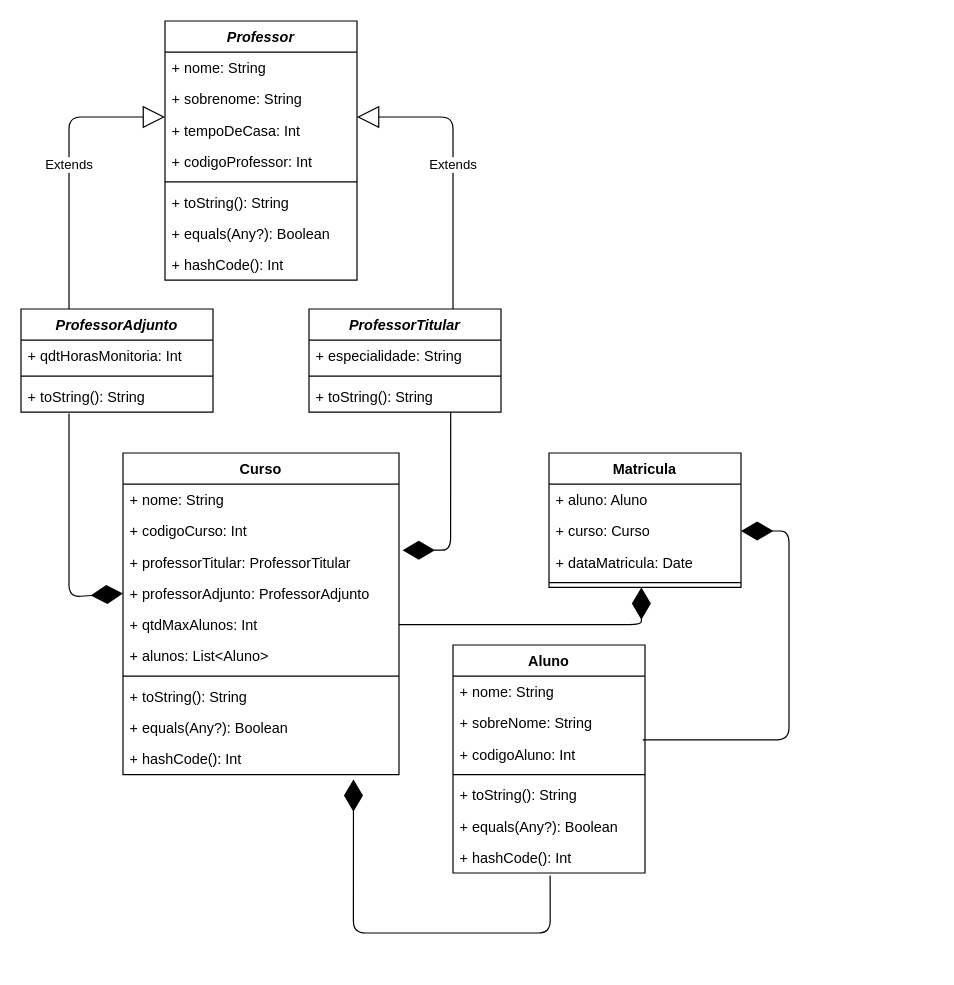
This is DesafioKotlinUML.drawio from mtrindade8/DesafioKotlin_DigitalHouseMobile, a draw.io file, before an edit. Source tidied: cells renumbered, new cells numbered last; positions are measured from the earlier drawing's top-left corner, leaving out a move shared by most shapes. Both pictures are drawn from the tidied source at 120%, with x=0, y=0 at pixel (20, 20).
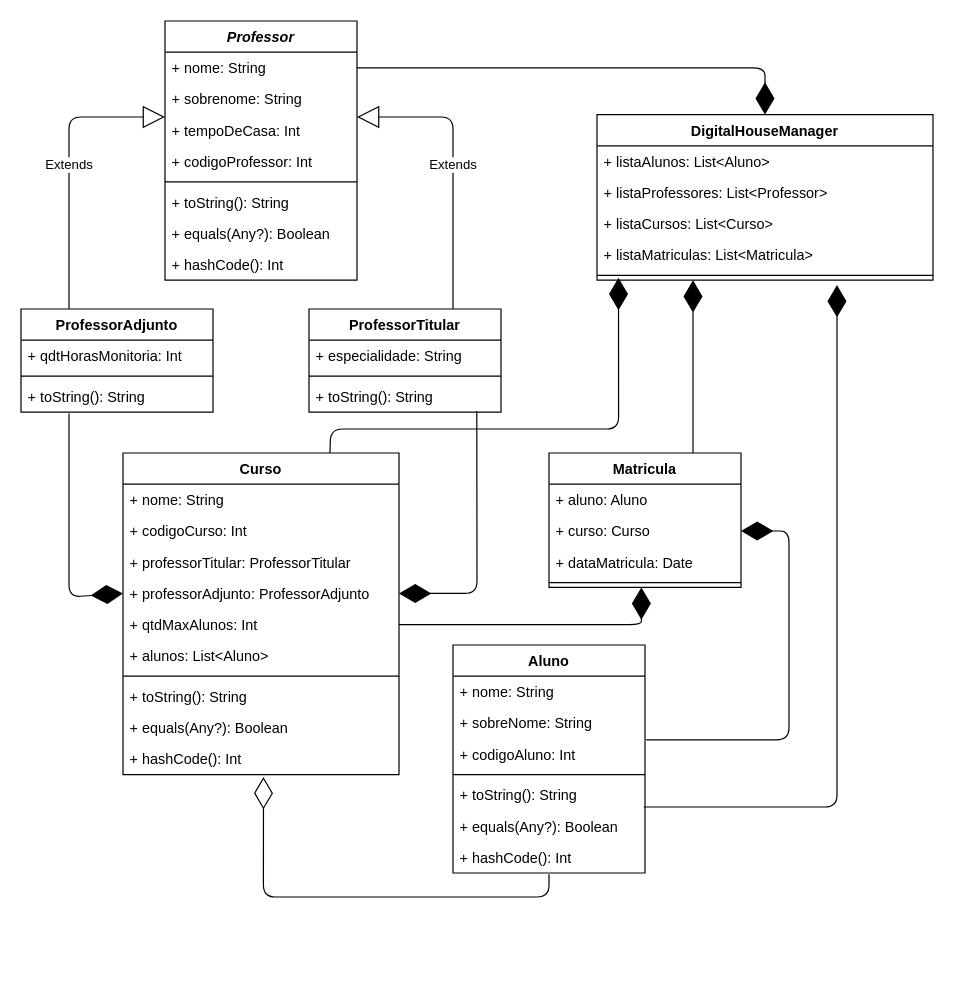
After the change.

Commit message (it also covers changes not shown here):
Inclusão da parte G

Unchanged cells that the change refers to:
```xml
<mxCell id="9" value="+ toString(): String" style="text;strokeColor=none;fillColor=none;align=left;verticalAlign=top;spacingLeft=4;spacingRight=4;overflow=hidden;points=[[0,0.5],[1,0.5]];portConstraint=eastwest;" parent="6" vertex="1">
  <mxGeometry y="60" width="160" height="26" as="geometry" />
</mxCell>
<mxCell id="11" value="+ nome: String" style="text;strokeColor=none;fillColor=none;align=left;verticalAlign=top;spacingLeft=4;spacingRight=4;overflow=hidden;points=[[0,0.5],[1,0.5]];portConstraint=eastwest;" parent="10" vertex="1">
  <mxGeometry y="26" width="160" height="26" as="geometry" />
</mxCell>
<mxCell id="24" value="Curso" style="swimlane;fontStyle=1;align=center;verticalAlign=top;horizontal=1;startSize=26;" parent="1" vertex="1">
  <mxGeometry x="85" y="360" width="230" height="268" as="geometry" />
</mxCell>
<mxCell id="27" value="+ professorTitular: ProfessorTitular" style="text;strokeColor=none;fillColor=none;align=left;verticalAlign=top;spacingLeft=4;spacingRight=4;overflow=hidden;points=[[0,0.5],[1,0.5]];portConstraint=eastwest;" parent="24" vertex="1">
  <mxGeometry y="78" width="230" height="26" as="geometry" />
</mxCell>
<mxCell id="28" value="+ professorAdjunto: ProfessorAdjunto" style="text;strokeColor=none;fillColor=none;align=left;verticalAlign=top;spacingLeft=4;spacingRight=4;overflow=hidden;points=[[0,0.5],[1,0.5]];portConstraint=eastwest;" parent="24" vertex="1">
  <mxGeometry y="104" width="230" height="26" as="geometry" />
</mxCell>
<mxCell id="34" value="+ hashCode(): Int" style="text;strokeColor=none;fillColor=none;align=left;verticalAlign=top;spacingLeft=4;spacingRight=4;overflow=hidden;points=[[0,0.5],[1,0.5]];portConstraint=eastwest;" parent="24" vertex="1">
  <mxGeometry y="242" width="230" height="26" as="geometry" />
</mxCell>
<mxCell id="38" value="+ codigoAluno: Int" style="text;strokeColor=none;fillColor=none;align=left;verticalAlign=top;spacingLeft=4;spacingRight=4;overflow=hidden;points=[[0,0.5],[1,0.5]];portConstraint=eastwest;" parent="35" vertex="1">
  <mxGeometry y="78" width="160" height="26" as="geometry" />
</mxCell>
<mxCell id="42" value="+ hashCode(): Int" style="text;strokeColor=none;fillColor=none;align=left;verticalAlign=top;spacingLeft=4;spacingRight=4;overflow=hidden;points=[[0,0.5],[1,0.5]];portConstraint=eastwest;" parent="35" vertex="1">
  <mxGeometry y="164" width="160" height="26" as="geometry" />
</mxCell>
<mxCell id="43" value="Matricula" style="swimlane;fontStyle=1;align=center;verticalAlign=top;horizontal=1;startSize=26;" parent="1" vertex="1">
  <mxGeometry x="440" y="360" width="160" height="112" as="geometry" />
</mxCell>
<mxCell id="45" value="+ curso: Curso" style="text;strokeColor=none;fillColor=none;align=left;verticalAlign=top;spacingLeft=4;spacingRight=4;overflow=hidden;points=[[0,0.5],[1,0.5]];portConstraint=eastwest;" parent="43" vertex="1">
  <mxGeometry y="52" width="160" height="26" as="geometry" />
</mxCell>
```

Diff of the diagram source:
```diff
@@
-    <mxCell id="2" value="ProfessorAdjunto" style="swimlane;fontStyle=3;align=center;verticalAlign=top;horizontal=1;startSize=26;" parent="1" vertex="1">
+    <mxCell id="2" value="ProfessorAdjunto" style="swimlane;fontStyle=1;align=center;verticalAlign=top;horizontal=1;startSize=26;" parent="1" vertex="1">
       <mxGeometry y="240" width="160" height="86" as="geometry" />
     </mxCell>
@@
-    <mxCell id="6" value="ProfessorTitular" style="swimlane;fontStyle=3;align=center;verticalAlign=top;horizontal=1;startSize=26;" parent="1" vertex="1">
+    <mxCell id="6" value="ProfessorTitular" style="swimlane;fontStyle=1;align=center;verticalAlign=top;horizontal=1;startSize=26;" parent="1" vertex="1">
       <mxGeometry x="240" y="240" width="160" height="86" as="geometry" />
     </mxCell>
@@
-    <mxCell id="21" style="endArrow=diamondThin;endFill=1;endSize=24;html=1;entryX=1.013;entryY=0.115;entryDx=0;entryDy=0;exitX=0.738;exitY=1;exitDx=0;exitDy=0;exitPerimeter=0;entryPerimeter=0;" parent="1" edge="1" source="9" target="27">
+    <mxCell id="21" style="endArrow=diamondThin;endFill=1;endSize=24;html=1;entryX=1;entryY=0.5;entryDx=0;entryDy=0;exitX=0.874;exitY=0.969;exitDx=0;exitDy=0;exitPerimeter=0;" parent="1" edge="1" source="9" target="28">
       <mxGeometry relative="1" as="geometry">
         <Array as="points">
-          <mxPoint x="358" y="441" />
+          <mxPoint x="380" y="477" />
         </Array>
       </mxGeometry>
     </mxCell>
@@
-    <mxCell id="23" style="endArrow=diamondThin;endFill=1;endSize=24;html=1;entryX=0.835;entryY=1.154;entryDx=0;entryDy=0;entryPerimeter=0;exitX=0.506;exitY=1.077;exitDx=0;exitDy=0;exitPerimeter=0;" parent="1" edge="1" source="42" target="34">
-      <mxGeometry relative="1" as="geometry">
-        <Array as="points">
-          <mxPoint x="441" y="760" />
-          <mxPoint x="277" y="760" />
-        </Array>
-      </mxGeometry>
-    </mxCell>
@@
-    <mxCell id="49" style="endArrow=diamondThin;endFill=1;endSize=24;html=1;entryX=1;entryY=0.5;entryDx=0;entryDy=0;exitX=0.988;exitY=0.038;exitDx=0;exitDy=0;exitPerimeter=0;" parent="1" edge="1" source="38" target="45">
+    <mxCell id="49" style="endArrow=diamondThin;endFill=1;endSize=24;html=1;entryX=1;entryY=0.5;entryDx=0;entryDy=0;" parent="1" edge="1" target="45">
       <mxGeometry relative="1" as="geometry">
+        <mxPoint x="521" y="599" as="sourcePoint" />
         <Array as="points">
           <mxPoint x="640" y="599" />
           <mxPoint x="640" y="425" />
         </Array>
       </mxGeometry>
     </mxCell>
+    <mxCell id="23" style="endArrow=diamondThin;endFill=0;endSize=24;html=1;entryX=0.509;entryY=1.077;entryDx=0;entryDy=0;entryPerimeter=0;exitX=0.5;exitY=1.038;exitDx=0;exitDy=0;exitPerimeter=0;" parent="1" edge="1" source="42" target="34">
+      <mxGeometry relative="1" as="geometry">
+        <Array as="points">
+          <mxPoint x="440" y="730" />
+          <mxPoint x="202" y="730" />
+        </Array>
+      </mxGeometry>
+    </mxCell>
+    <mxCell id="50" value="DigitalHouseManager" style="swimlane;fontStyle=1;align=center;verticalAlign=top;horizontal=1;startSize=26;" parent="1" vertex="1">
+      <mxGeometry x="480" y="78" width="280" height="138" as="geometry" />
+    </mxCell>
+    <mxCell id="51" value="+ listaAlunos: List&lt;Aluno&gt;" style="text;strokeColor=none;fillColor=none;align=left;verticalAlign=top;spacingLeft=4;spacingRight=4;overflow=hidden;" parent="50" vertex="1">
+      <mxGeometry y="26" width="280" height="26" as="geometry" />
+    </mxCell>
+    <mxCell id="52" value="+ listaProfessores: List&lt;Professor&gt;" style="text;strokeColor=none;fillColor=none;align=left;verticalAlign=top;spacingLeft=4;spacingRight=4;overflow=hidden;" parent="50" vertex="1">
+      <mxGeometry y="52" width="280" height="26" as="geometry" />
+    </mxCell>
+    <mxCell id="53" value="+ listaCursos: List&lt;Curso&gt;" style="text;strokeColor=none;fillColor=none;align=left;verticalAlign=top;spacingLeft=4;spacingRight=4;overflow=hidden;" parent="50" vertex="1">
+      <mxGeometry y="78" width="280" height="26" as="geometry" />
+    </mxCell>
+    <mxCell id="54" value="+ listaMatriculas: List&lt;Matricula&gt;" style="text;strokeColor=none;fillColor=none;align=left;verticalAlign=top;spacingLeft=4;spacingRight=4;overflow=hidden;" parent="50" vertex="1">
+      <mxGeometry y="104" width="280" height="26" as="geometry" />
+    </mxCell>
+    <mxCell id="55" style="line;strokeWidth=1;fillColor=none;align=left;verticalAlign=middle;spacingTop=-1;spacingLeft=3;spacingRight=3;labelPosition=right;points=[];portConstraint=eastwest;" parent="50" vertex="1">
+      <mxGeometry y="130" width="280" height="8" as="geometry" />
+    </mxCell>
+    <mxCell id="56" style="endArrow=diamondThin;endFill=1;endSize=24;html=1;entryX=0.5;entryY=0;entryDx=0;entryDy=0;exitX=1;exitY=0.5;exitDx=0;exitDy=0;" parent="1" edge="1" source="11" target="50">
+      <mxGeometry relative="1" as="geometry">
+        <Array as="points">
+          <mxPoint x="620" y="39" />
+        </Array>
+      </mxGeometry>
+    </mxCell>
+    <mxCell id="57" style="endArrow=diamondThin;endFill=1;endSize=24;html=1;entryX=0.064;entryY=0.75;entryDx=0;entryDy=0;exitX=0.75;exitY=0;exitDx=0;exitDy=0;entryPerimeter=0;" parent="1" edge="1" source="24" target="55">
+      <mxGeometry relative="1" as="geometry">
+        <Array as="points">
+          <mxPoint x="258" y="340" />
+          <mxPoint x="498" y="340" />
+        </Array>
+      </mxGeometry>
+    </mxCell>
+    <mxCell id="58" style="endArrow=diamondThin;endFill=1;endSize=24;html=1;exitX=0.75;exitY=0;exitDx=0;exitDy=0;" parent="1" edge="1" source="43">
+      <mxGeometry relative="1" as="geometry">
+        <mxPoint x="560" y="216" as="targetPoint" />
+      </mxGeometry>
+    </mxCell>
+    <mxCell id="59" style="endArrow=diamondThin;endFill=1;endSize=24;html=1;" parent="1" edge="1">
+      <mxGeometry relative="1" as="geometry">
+        <mxPoint x="519" y="655" as="sourcePoint" />
+        <mxPoint x="680" y="220" as="targetPoint" />
+        <Array as="points">
+          <mxPoint x="680" y="655" />
+        </Array>
+      </mxGeometry>
+    </mxCell>
```
